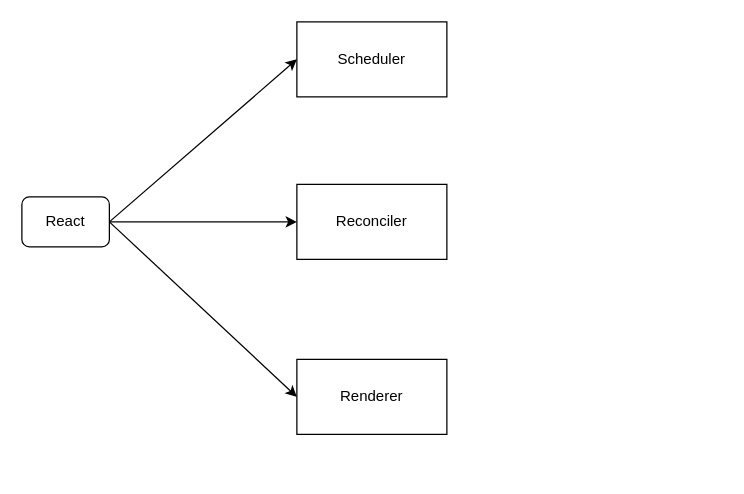
Before: fe-framework/react/react.drawio in NiLinli/learn-web, a draw.io diagram. Source tidied: cells renumbered, new cells numbered last; positions are measured from the earlier drawing's top-left corner, leaving out a move shared by most shapes. Both pictures are drawn from the tidied source at 125%, with x=0, y=0 at pixel (21, 21).
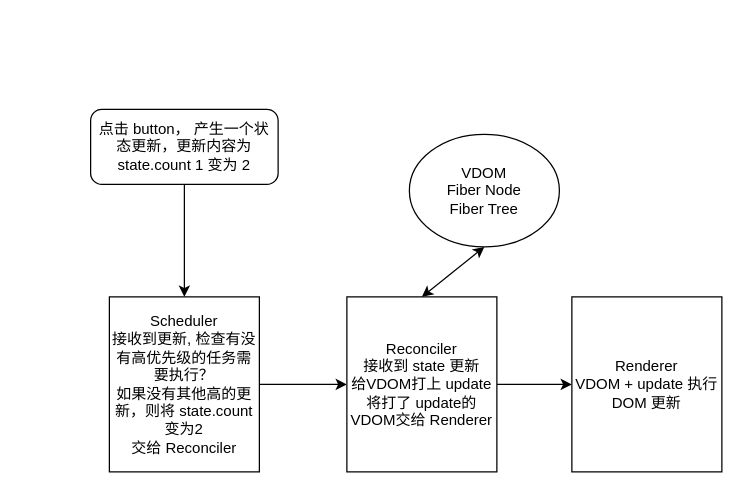
After the change.

What changed in the source:
```diff
@@
 <mxGraphModel>
   <root>
     <mxCell id="0" />
     <mxCell id="1" parent="0" />
-    <mxCell id="2" value="React" style="rounded=1;whiteSpace=wrap;html=1;" parent="1" vertex="1">
-      <mxGeometry y="140" width="70" height="40" as="geometry" />
-    </mxCell>
+    <mxCell id="9" style="edgeStyle=orthogonalEdgeStyle;rounded=0;jettySize=auto;html=1;" parent="1" edge="1" source="3" target="4">
+      <mxGeometry relative="1" as="geometry" />
+    </mxCell>
-    <mxCell id="3" value="Scheduler" style="rounded=0;whiteSpace=wrap;html=1;" parent="1" vertex="1">
-      <mxGeometry x="220" width="120" height="60" as="geometry" />
+    <mxCell id="3" value="Scheduler&lt;br&gt;接收到更新, 检查有没有高优先级的任务需要执行？&lt;br&gt;如果没有其他高的更新，则将 state.count 变为2&lt;br&gt;交给 Reconciler" style="rounded=0;whiteSpace=wrap;html=1;" parent="1" vertex="1">
+      <mxGeometry x="70" y="220" width="120" height="140" as="geometry" />
     </mxCell>
+    <mxCell id="10" style="edgeStyle=orthogonalEdgeStyle;rounded=0;jettySize=auto;html=1;" parent="1" edge="1" source="4" target="5">
+      <mxGeometry relative="1" as="geometry" />
+    </mxCell>
-    <mxCell id="4" value="Reconciler" style="rounded=0;whiteSpace=wrap;html=1;" parent="1" vertex="1">
-      <mxGeometry x="220" y="130" width="120" height="60" as="geometry" />
+    <mxCell id="4" value="Reconciler&lt;br&gt;接收到 state 更新&lt;br&gt;给VDOM打上 update&lt;br&gt;将打了 update的 VDOM交给 Renderer" style="rounded=0;whiteSpace=wrap;html=1;" parent="1" vertex="1">
+      <mxGeometry x="260" y="220" width="120" height="140" as="geometry" />
     </mxCell>
-    <mxCell id="5" value="Renderer" style="rounded=0;whiteSpace=wrap;html=1;" parent="1" vertex="1">
-      <mxGeometry x="220" y="270" width="120" height="60" as="geometry" />
+    <mxCell id="5" value="Renderer&lt;br&gt;VDOM + update 执行DOM 更新" style="rounded=0;whiteSpace=wrap;html=1;" parent="1" vertex="1">
+      <mxGeometry x="440" y="220" width="120" height="140" as="geometry" />
     </mxCell>
-    <mxCell id="6" style="endArrow=classic;html=1;entryX=0;entryY=0.5;entryDx=0;entryDy=0;" parent="1" edge="1" target="3">
-      <mxGeometry relative="1" as="geometry">
-        <mxPoint x="70" y="160" as="sourcePoint" />
-      </mxGeometry>
-    </mxCell>
-    <mxCell id="7" style="endArrow=classic;html=1;entryX=0;entryY=0.5;entryDx=0;entryDy=0;" parent="1" edge="1" target="4">
-      <mxGeometry relative="1" as="geometry">
-        <mxPoint x="70" y="160" as="sourcePoint" />
-      </mxGeometry>
-    </mxCell>
-    <mxCell id="8" style="endArrow=classic;html=1;entryX=0;entryY=0.5;entryDx=0;entryDy=0;" parent="1" edge="1" target="5">
-      <mxGeometry relative="1" as="geometry">
-        <mxPoint x="70" y="160" as="sourcePoint" />
-      </mxGeometry>
-    </mxCell>
+    <mxCell id="11" style="edgeStyle=orthogonalEdgeStyle;rounded=0;jettySize=auto;html=1;entryX=0.5;entryY=0;entryDx=0;entryDy=0;" parent="1" edge="1" source="12" target="3">
+      <mxGeometry relative="1" as="geometry" />
+    </mxCell>
+    <mxCell id="12" value="点击 button， 产生一个状态更新，更新内容为 state.count 1 变为 2" style="rounded=1;whiteSpace=wrap;html=1;" parent="1" vertex="1">
+      <mxGeometry x="55" y="70" width="150" height="60" as="geometry" />
+    </mxCell>
+    <mxCell id="13" value="VDOM&lt;br&gt;Fiber Node&lt;br&gt;Fiber Tree" style="ellipse;whiteSpace=wrap;html=1;" parent="1" vertex="1">
+      <mxGeometry x="310" y="90" width="120" height="90" as="geometry" />
+    </mxCell>
+    <mxCell id="14" style="endArrow=classic;startArrow=classic;html=1;entryX=0.5;entryY=1;entryDx=0;entryDy=0;" parent="1" edge="1" target="13">
+      <mxGeometry relative="1" as="geometry">
+        <mxPoint x="320" y="220" as="sourcePoint" />
+      </mxGeometry>
+    </mxCell>
   </root>
 </mxGraphModel>
```
